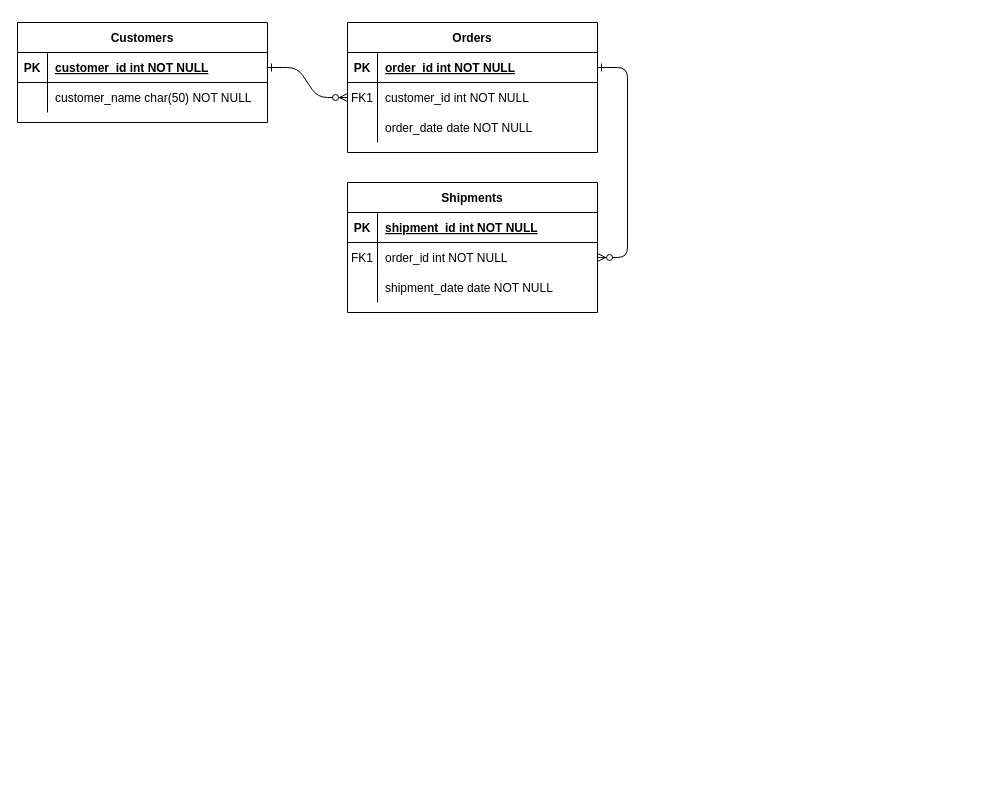
The draw.io diagram Untitled Diagram.drawio in simonwestberg88/Git, before the edit. Source tidied: cells renumbered, new cells numbered last; positions are measured from the earlier drawing's top-left corner, leaving out a move shared by most shapes. Both pictures are drawn from the tidied source at 100%, with x=0, y=0 at pixel (17, 22).
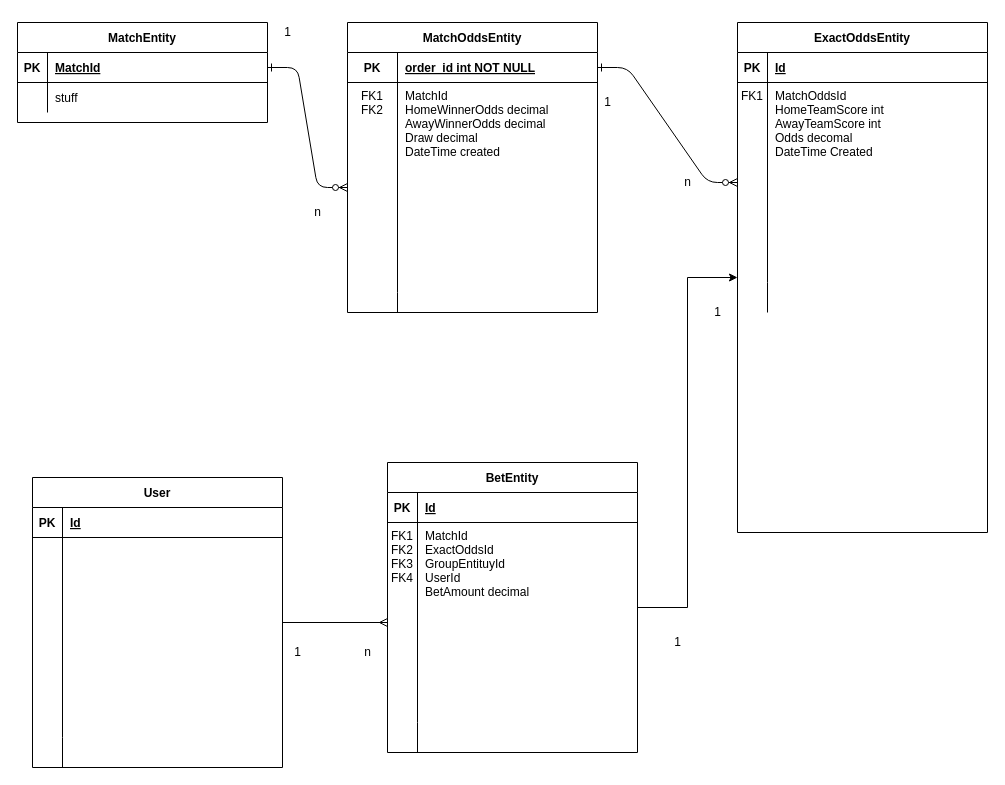
After the change.

The change refers to these unchanged cells:
```xml
<mxCell id="5" style="shape=partialRectangle;fillColor=none;points=[[0,0.5],[1,0.5]];portConstraint=eastwest;top=0;left=0;right=0;bottom=1;" parent="4" vertex="1">
  <mxGeometry y="30" width="250" height="30" as="geometry" />
</mxCell>
<mxCell id="15" style="shape=partialRectangle;fillColor=none;top=0;left=0;right=0;bottom=1;" parent="14" vertex="1">
  <mxGeometry y="30" width="250" height="30" as="geometry" />
</mxCell>
<mxCell id="25" style="shape=partialRectangle;fillColor=none;points=[[0,0.5],[1,0.5]];portConstraint=eastwest;top=0;left=0;right=0;bottom=1;" parent="24" vertex="1">
  <mxGeometry y="30" width="250" height="30" as="geometry" />
</mxCell>
<mxCell id="28" style="shape=partialRectangle;fillColor=none;top=0;left=0;right=0;bottom=0;" parent="24" vertex="1">
  <mxGeometry y="60" width="250" height="30" as="geometry" />
</mxCell>
```

Diff of the diagram source:
```diff
@@
-    <mxCell id="4" value="Orders" style="shape=table;startSize=30;childLayout=tableLayout;rowLines=0;fontStyle=1;align=center;" parent="1" vertex="1">
-      <mxGeometry x="330" width="250" height="130" as="geometry" />
+    <mxCell id="4" value="MatchOddsEntity" style="shape=table;startSize=30;childLayout=tableLayout;rowLines=0;fontStyle=1;align=center;" parent="1" vertex="1">
+      <mxGeometry x="330" width="250" height="290" as="geometry" />
     </mxCell>
@@
     <mxCell id="6" value="PK" style="shape=partialRectangle;overflow=hidden;fillColor=none;top=0;left=0;bottom=0;right=0;fontStyle=1;" parent="5" vertex="1">
-      <mxGeometry width="30" height="30" as="geometry" />
+      <mxGeometry width="50" height="30" as="geometry" />
     </mxCell>
     <mxCell id="7" value="order_id int NOT NULL " style="shape=partialRectangle;overflow=hidden;fillColor=none;top=0;left=0;bottom=0;right=0;align=left;spacingLeft=6;fontStyle=5;" parent="5" vertex="1">
-      <mxGeometry x="30" width="220" height="30" as="geometry" />
+      <mxGeometry x="50" width="200" height="30" as="geometry" />
     </mxCell>
     <mxCell id="8" style="shape=partialRectangle;fillColor=none;points=[[0,0.5],[1,0.5]];portConstraint=eastwest;top=0;left=0;right=0;bottom=0;" parent="4" vertex="1">
-      <mxGeometry y="60" width="250" height="30" as="geometry" />
+      <mxGeometry y="60" width="250" height="210" as="geometry" />
     </mxCell>
-    <mxCell id="9" value="FK1" style="shape=partialRectangle;overflow=hidden;fillColor=none;top=0;left=0;bottom=0;right=0;" parent="8" vertex="1">
-      <mxGeometry width="30" height="30" as="geometry" />
+    <mxCell id="9" value="FK1&#10;FK2" style="shape=partialRectangle;overflow=hidden;fillColor=none;top=0;left=0;bottom=0;right=0;verticalAlign=top;" parent="8" vertex="1">
+      <mxGeometry width="50" height="210" as="geometry" />
     </mxCell>
-    <mxCell id="10" value="customer_id int NOT NULL" style="shape=partialRectangle;overflow=hidden;fillColor=none;top=0;left=0;bottom=0;right=0;align=left;spacingLeft=6;" parent="8" vertex="1">
-      <mxGeometry x="30" width="220" height="30" as="geometry" />
+    <mxCell id="10" value="MatchId&#10;HomeWinnerOdds decimal&#10;AwayWinnerOdds decimal&#10;Draw decimal&#10;DateTime created" style="shape=partialRectangle;overflow=hidden;fillColor=none;top=0;left=0;bottom=0;right=0;align=left;spacingLeft=6;verticalAlign=top;" parent="8" vertex="1">
+      <mxGeometry x="50" width="200" height="210" as="geometry" />
     </mxCell>
     <mxCell id="11" style="shape=partialRectangle;fillColor=none;top=0;left=0;right=0;bottom=0;" parent="4" vertex="1">
-      <mxGeometry y="90" width="250" height="30" as="geometry" />
+      <mxGeometry y="270" width="250" height="20" as="geometry" />
     </mxCell>
     <mxCell id="12" style="shape=partialRectangle;overflow=hidden;fillColor=none;top=0;left=0;bottom=0;right=0;" parent="11" vertex="1">
-      <mxGeometry width="30" height="30" as="geometry" />
+      <mxGeometry width="50" height="20" as="geometry" />
     </mxCell>
-    <mxCell id="13" value="order_date date NOT NULL" style="shape=partialRectangle;overflow=hidden;fillColor=none;top=0;left=0;bottom=0;right=0;align=left;spacingLeft=6;" parent="11" vertex="1">
-      <mxGeometry x="30" width="220" height="30" as="geometry" />
+    <mxCell id="13" style="shape=partialRectangle;overflow=hidden;fillColor=none;top=0;left=0;bottom=0;right=0;align=left;spacingLeft=6;" parent="11" vertex="1">
+      <mxGeometry x="50" width="200" height="20" as="geometry" />
     </mxCell>
+    <mxCell id="31" style="edgeStyle=orthogonalEdgeStyle;rounded=0;jettySize=auto;html=1;" parent="1" edge="1" source="32" target="14">
+      <mxGeometry relative="1" as="geometry" />
+    </mxCell>
-    <mxCell id="14" value="Shipments" style="shape=table;startSize=30;childLayout=tableLayout;rowLines=0;fontStyle=1;align=center;" parent="1" vertex="1">
-      <mxGeometry x="330" y="160" width="250" height="130" as="geometry" />
+    <mxCell id="14" value="ExactOddsEntity" style="shape=table;startSize=30;childLayout=tableLayout;rowLines=0;fontStyle=1;align=center;" parent="1" vertex="1">
+      <mxGeometry x="720" width="250" height="510" as="geometry" />
     </mxCell>
@@
-    <mxCell id="17" value="shipment_id int NOT NULL " style="shape=partialRectangle;overflow=hidden;fillColor=none;top=0;left=0;bottom=0;right=0;align=left;spacingLeft=6;fontStyle=5;" parent="15" vertex="1">
+    <mxCell id="17" value="Id" style="shape=partialRectangle;overflow=hidden;fillColor=none;top=0;left=0;bottom=0;right=0;align=left;spacingLeft=6;fontStyle=5;" parent="15" vertex="1">
       <mxGeometry x="30" width="220" height="30" as="geometry" />
     </mxCell>
     <mxCell id="18" style="shape=partialRectangle;fillColor=none;points=[[0,0.5],[1,0.5]];portConstraint=eastwest;top=0;left=0;right=0;bottom=0;" parent="14" vertex="1">
-      <mxGeometry y="60" width="250" height="30" as="geometry" />
+      <mxGeometry y="60" width="250" height="200" as="geometry" />
     </mxCell>
-    <mxCell id="19" value="FK1" style="shape=partialRectangle;overflow=hidden;fillColor=none;top=0;left=0;bottom=0;right=0;" parent="18" vertex="1">
-      <mxGeometry width="30" height="30" as="geometry" />
+    <mxCell id="19" value="FK1" style="shape=partialRectangle;overflow=hidden;fillColor=none;top=0;left=0;bottom=0;right=0;horizontal=1;verticalAlign=top;" parent="18" vertex="1">
+      <mxGeometry width="30" height="200" as="geometry" />
     </mxCell>
-    <mxCell id="20" value="order_id int NOT NULL" style="shape=partialRectangle;overflow=hidden;fillColor=none;top=0;left=0;bottom=0;right=0;align=left;spacingLeft=6;" parent="18" vertex="1">
-      <mxGeometry x="30" width="220" height="30" as="geometry" />
+    <mxCell id="20" value="MatchOddsId&#10;HomeTeamScore int&#10;AwayTeamScore int&#10;Odds decomal&#10;DateTime Created" style="shape=partialRectangle;overflow=hidden;fillColor=none;top=0;left=0;bottom=0;right=0;align=left;spacingLeft=6;verticalAlign=top;" parent="18" vertex="1">
+      <mxGeometry x="30" width="220" height="200" as="geometry" />
     </mxCell>
     <mxCell id="21" style="shape=partialRectangle;fillColor=none;top=0;left=0;right=0;bottom=0;" parent="14" vertex="1">
-      <mxGeometry y="90" width="250" height="30" as="geometry" />
+      <mxGeometry y="260" width="250" height="30" as="geometry" />
     </mxCell>
@@
-    <mxCell id="23" value="shipment_date date NOT NULL" style="shape=partialRectangle;overflow=hidden;fillColor=none;top=0;left=0;bottom=0;right=0;align=left;spacingLeft=6;" parent="21" vertex="1">
+    <mxCell id="23" style="shape=partialRectangle;overflow=hidden;fillColor=none;top=0;left=0;bottom=0;right=0;align=left;spacingLeft=6;" parent="21" vertex="1">
       <mxGeometry x="30" width="220" height="30" as="geometry" />
     </mxCell>
-    <mxCell id="24" value="Customers" style="shape=table;startSize=30;childLayout=tableLayout;rowLines=0;fontStyle=1;align=center;" parent="1" vertex="1">
+    <mxCell id="24" value="MatchEntity" style="shape=table;startSize=30;childLayout=tableLayout;rowLines=0;fontStyle=1;align=center;" parent="1" vertex="1">
       <mxGeometry width="250" height="100" as="geometry" />
     </mxCell>
@@
-    <mxCell id="27" value="customer_id int NOT NULL " style="shape=partialRectangle;overflow=hidden;fillColor=none;top=0;left=0;bottom=0;right=0;align=left;spacingLeft=6;fontStyle=5;" parent="25" vertex="1">
+    <mxCell id="27" value="MatchId" style="shape=partialRectangle;overflow=hidden;fillColor=none;top=0;left=0;bottom=0;right=0;align=left;spacingLeft=6;fontStyle=5;" parent="25" vertex="1">
       <mxGeometry x="30" width="220" height="30" as="geometry" />
     </mxCell>
@@
-    <mxCell id="30" value="customer_name char(50) NOT NULL" style="shape=partialRectangle;overflow=hidden;fillColor=none;top=0;left=0;bottom=0;right=0;align=left;spacingLeft=6;" parent="28" vertex="1">
+    <mxCell id="30" value="stuff" style="shape=partialRectangle;overflow=hidden;fillColor=none;top=0;left=0;bottom=0;right=0;align=left;spacingLeft=6;" parent="28" vertex="1">
       <mxGeometry x="30" width="220" height="30" as="geometry" />
     </mxCell>
+    <mxCell id="32" value="BetEntity" style="shape=table;startSize=30;childLayout=tableLayout;rowLines=0;fontStyle=1;align=center;" parent="1" vertex="1">
+      <mxGeometry x="370" y="440" width="250" height="290" as="geometry" />
+    </mxCell>
+    <mxCell id="33" style="shape=partialRectangle;fillColor=none;top=0;left=0;right=0;bottom=1;" parent="32" vertex="1">
+      <mxGeometry y="30" width="250" height="30" as="geometry" />
+    </mxCell>
+    <mxCell id="34" value="PK" style="shape=partialRectangle;overflow=hidden;fillColor=none;top=0;left=0;bottom=0;right=0;fontStyle=1;" parent="33" vertex="1">
+      <mxGeometry width="30" height="30" as="geometry" />
+    </mxCell>
+    <mxCell id="35" value="Id" style="shape=partialRectangle;overflow=hidden;fillColor=none;top=0;left=0;bottom=0;right=0;align=left;spacingLeft=6;fontStyle=5;" parent="33" vertex="1">
+      <mxGeometry x="30" width="220" height="30" as="geometry" />
+    </mxCell>
+    <mxCell id="36" style="shape=partialRectangle;fillColor=none;points=[[0,0.5],[1,0.5]];portConstraint=eastwest;top=0;left=0;right=0;bottom=0;" parent="32" vertex="1">
+      <mxGeometry y="60" width="250" height="200" as="geometry" />
+    </mxCell>
+    <mxCell id="37" value="FK1&#10;FK2&#10;FK3&#10;FK4" style="shape=partialRectangle;overflow=hidden;fillColor=none;top=0;left=0;bottom=0;right=0;horizontal=1;verticalAlign=top;" parent="36" vertex="1">
+      <mxGeometry width="30" height="200" as="geometry" />
+    </mxCell>
+    <mxCell id="38" value="MatchId&#10;ExactOddsId&#10;GroupEntituyId&#10;UserId&#10;BetAmount decimal" style="shape=partialRectangle;overflow=hidden;fillColor=none;top=0;left=0;bottom=0;right=0;align=left;spacingLeft=6;verticalAlign=top;" parent="36" vertex="1">
+      <mxGeometry x="30" width="220" height="200" as="geometry" />
+    </mxCell>
+    <mxCell id="39" style="shape=partialRectangle;fillColor=none;top=0;left=0;right=0;bottom=0;" parent="32" vertex="1">
+      <mxGeometry y="260" width="250" height="30" as="geometry" />
+    </mxCell>
+    <mxCell id="40" style="shape=partialRectangle;overflow=hidden;fillColor=none;top=0;left=0;bottom=0;right=0;" parent="39" vertex="1">
+      <mxGeometry width="30" height="30" as="geometry" />
+    </mxCell>
+    <mxCell id="41" style="shape=partialRectangle;overflow=hidden;fillColor=none;top=0;left=0;bottom=0;right=0;align=left;spacingLeft=6;" parent="39" vertex="1">
+      <mxGeometry x="30" width="220" height="30" as="geometry" />
+    </mxCell>
+    <mxCell id="42" value="User" style="shape=table;startSize=30;childLayout=tableLayout;rowLines=0;fontStyle=1;align=center;" parent="1" vertex="1">
+      <mxGeometry x="15" y="455" width="250" height="290" as="geometry" />
+    </mxCell>
+    <mxCell id="43" style="shape=partialRectangle;fillColor=none;top=0;left=0;right=0;bottom=1;" parent="42" vertex="1">
+      <mxGeometry y="30" width="250" height="30" as="geometry" />
+    </mxCell>
+    <mxCell id="44" value="PK" style="shape=partialRectangle;overflow=hidden;fillColor=none;top=0;left=0;bottom=0;right=0;fontStyle=1;" parent="43" vertex="1">
+      <mxGeometry width="30" height="30" as="geometry" />
+    </mxCell>
+    <mxCell id="45" value="Id" style="shape=partialRectangle;overflow=hidden;fillColor=none;top=0;left=0;bottom=0;right=0;align=left;spacingLeft=6;fontStyle=5;" parent="43" vertex="1">
+      <mxGeometry x="30" width="220" height="30" as="geometry" />
+    </mxCell>
+    <mxCell id="46" style="shape=partialRectangle;fillColor=none;top=0;left=0;right=0;bottom=0;" parent="42" vertex="1">
+      <mxGeometry y="60" width="250" height="200" as="geometry" />
+    </mxCell>
+    <mxCell id="47" style="shape=partialRectangle;overflow=hidden;fillColor=none;top=0;left=0;bottom=0;right=0;horizontal=1;verticalAlign=top;" parent="46" vertex="1">
+      <mxGeometry width="30" height="200" as="geometry" />
+    </mxCell>
+    <mxCell id="48" style="shape=partialRectangle;overflow=hidden;fillColor=none;top=0;left=0;bottom=0;right=0;align=left;spacingLeft=6;verticalAlign=top;" parent="46" vertex="1">
+      <mxGeometry x="30" width="220" height="200" as="geometry" />
+    </mxCell>
+    <mxCell id="49" style="shape=partialRectangle;fillColor=none;top=0;left=0;right=0;bottom=0;" parent="42" vertex="1">
+      <mxGeometry y="260" width="250" height="30" as="geometry" />
+    </mxCell>
+    <mxCell id="50" style="shape=partialRectangle;overflow=hidden;fillColor=none;top=0;left=0;bottom=0;right=0;" parent="49" vertex="1">
+      <mxGeometry width="30" height="30" as="geometry" />
+    </mxCell>
+    <mxCell id="51" style="shape=partialRectangle;overflow=hidden;fillColor=none;top=0;left=0;bottom=0;right=0;align=left;spacingLeft=6;" parent="49" vertex="1">
+      <mxGeometry x="30" width="220" height="30" as="geometry" />
+    </mxCell>
+    <mxCell id="52" style="edgeStyle=orthogonalEdgeStyle;rounded=0;jettySize=auto;html=1;endArrow=ERmany;endFill=0;" parent="1" edge="1" source="42" target="36">
+      <mxGeometry relative="1" as="geometry" />
+    </mxCell>
+    <mxCell id="53" value="1" style="text;html=1;align=center;verticalAlign=middle;strokeColor=none;fillColor=none;" parent="1" vertex="1">
+      <mxGeometry x="645" y="605" width="30" height="30" as="geometry" />
+    </mxCell>
+    <mxCell id="54" value="1" style="text;html=1;align=center;verticalAlign=middle;strokeColor=none;fillColor=none;" parent="1" vertex="1">
+      <mxGeometry x="685" y="275" width="30" height="30" as="geometry" />
+    </mxCell>
+    <mxCell id="55" value="1" style="text;html=1;align=center;verticalAlign=middle;strokeColor=none;fillColor=none;" parent="1" vertex="1">
+      <mxGeometry x="265" y="615" width="30" height="30" as="geometry" />
+    </mxCell>
+    <mxCell id="56" value="n" style="text;html=1;align=center;verticalAlign=middle;strokeColor=none;fillColor=none;" parent="1" vertex="1">
+      <mxGeometry x="335" y="615" width="30" height="30" as="geometry" />
+    </mxCell>
+    <mxCell id="57" value="1" style="text;html=1;align=center;verticalAlign=middle;strokeColor=none;fillColor=none;" parent="1" vertex="1">
+      <mxGeometry x="575" y="65" width="30" height="30" as="geometry" />
+    </mxCell>
+    <mxCell id="58" value="n" style="text;html=1;align=center;verticalAlign=middle;strokeColor=none;fillColor=none;" parent="1" vertex="1">
+      <mxGeometry x="655" y="145" width="30" height="30" as="geometry" />
+    </mxCell>
+    <mxCell id="59" value="1" style="text;html=1;align=center;verticalAlign=middle;strokeColor=none;fillColor=none;" parent="1" vertex="1">
+      <mxGeometry x="255" y="-5" width="30" height="30" as="geometry" />
+    </mxCell>
+    <mxCell id="60" value="n" style="text;html=1;align=center;verticalAlign=middle;strokeColor=none;fillColor=none;" parent="1" vertex="1">
+      <mxGeometry x="285" y="175" width="30" height="30" as="geometry" />
+    </mxCell>
```
